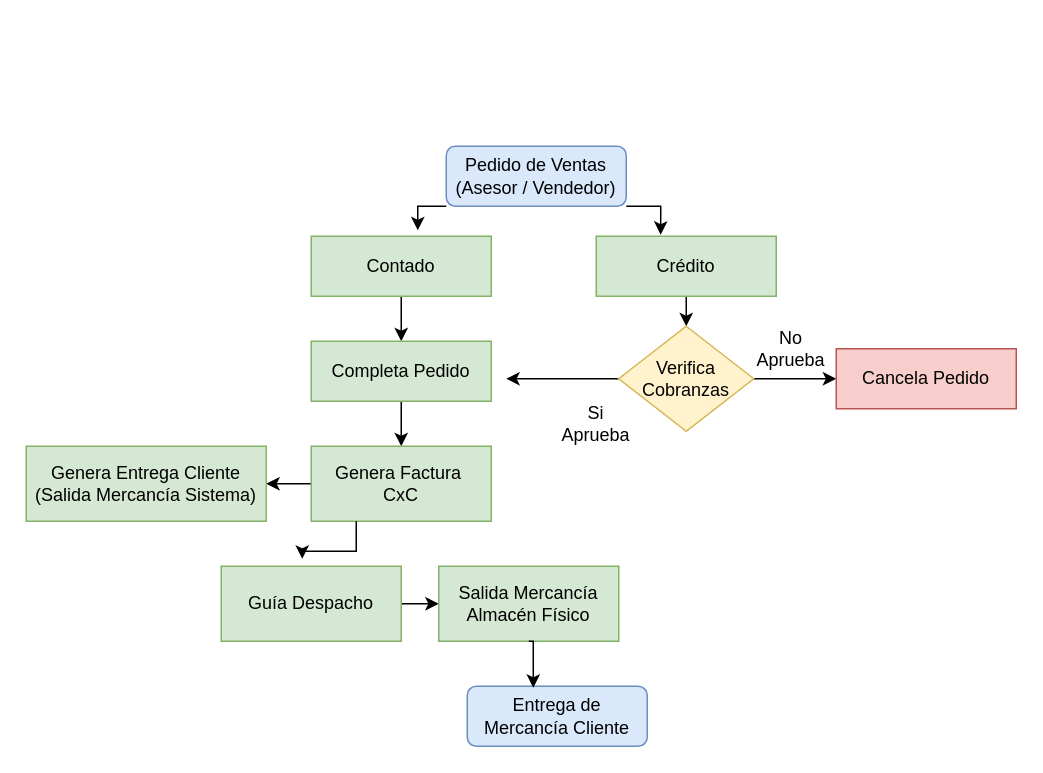
Earlier version of the draw.io diagram Diagrama sin título.drawio (oscarinak/draw.io). Source tidied: cells renumbered, new cells numbered last; positions are measured from the earlier drawing's top-left corner, leaving out a move shared by most shapes. Both pictures are drawn from the tidied source at 150%, with x=0, y=0 at pixel (26, 146).
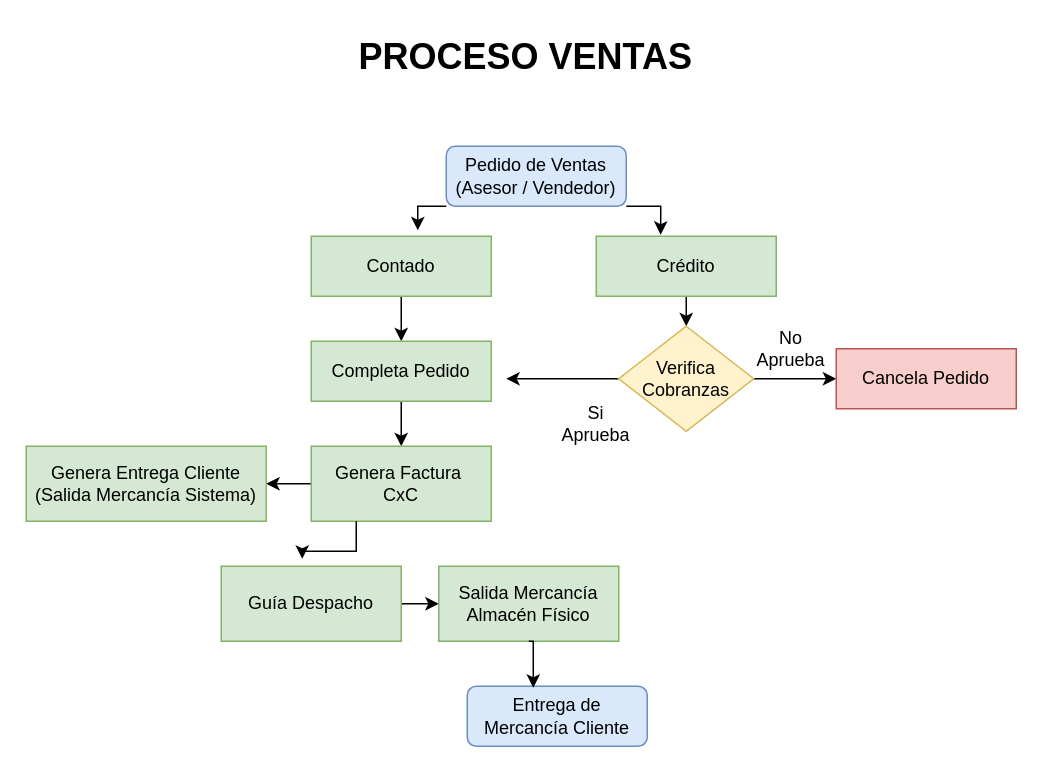
The same diagram, later.

Change to the diagram source:
```diff
@@
+    <mxCell id="26" value="&lt;h1 style=&quot;margin-top: 0px;&quot;&gt;PROCESO VENTAS&lt;/h1&gt;" style="text;html=1;whiteSpace=wrap;overflow=hidden;rounded=0;" parent="1" vertex="1">
+      <mxGeometry x="220" y="-80" width="240" height="40" as="geometry" />
+    </mxCell>
```
